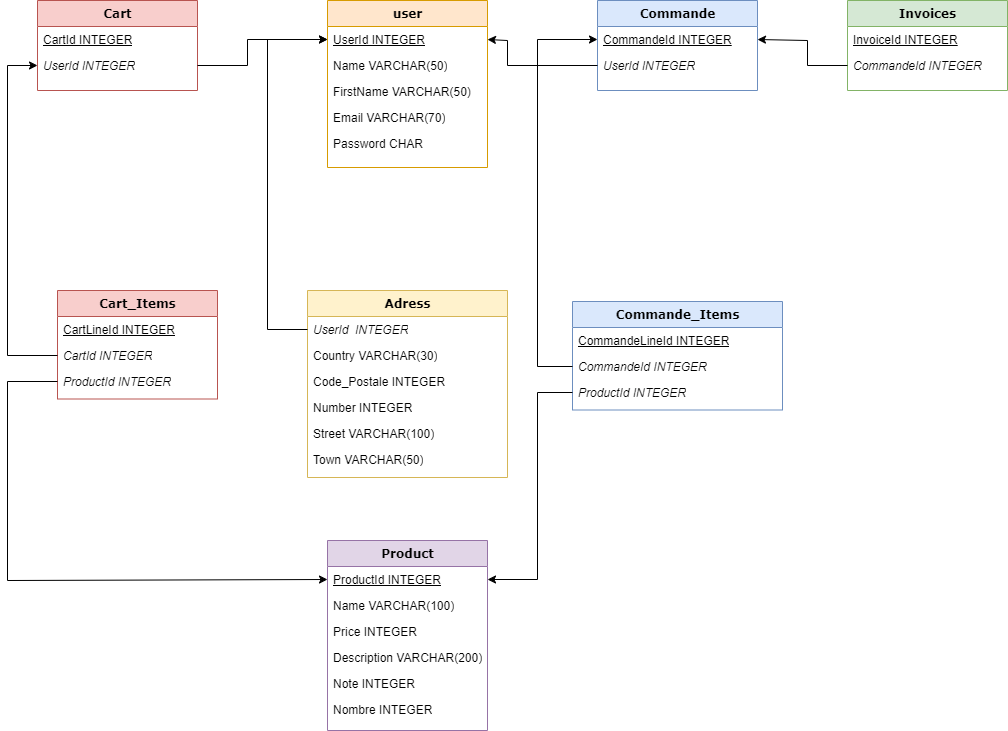
Above: MCD.drawio.png in Yann-Fournier/e-commerce-SQL (draw.io), before the change. Source tidied: cells renumbered, new cells last; positions are measured from the earlier drawing's top-left corner, leaving out a move shared by most shapes.
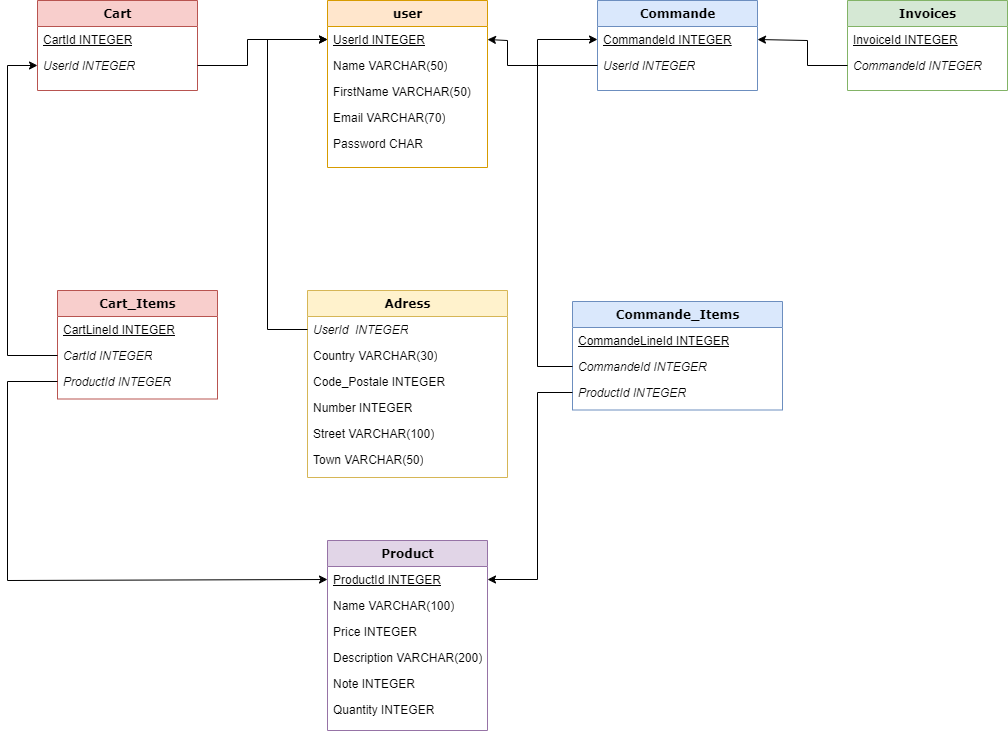
Later version of the same file.

Change to the diagram source:
```diff
@@ -86,7 +86,7 @@
     <mxCell id="29" value="Note INTEGER" style="text;html=1;strokeColor=none;fillColor=none;align=left;verticalAlign=top;spacingLeft=4;spacingRight=4;whiteSpace=wrap;overflow=hidden;" parent="24" vertex="1">
       <mxGeometry y="130" width="160" height="26" as="geometry" />
     </mxCell>
-    <mxCell id="30" value="Nombre INTEGER" style="text;html=1;strokeColor=none;fillColor=none;align=left;verticalAlign=top;spacingLeft=4;spacingRight=4;whiteSpace=wrap;overflow=hidden;" parent="24" vertex="1">
+    <mxCell id="30" value="Quantity INTEGER" style="text;html=1;strokeColor=none;fillColor=none;align=left;verticalAlign=top;spacingLeft=4;spacingRight=4;whiteSpace=wrap;overflow=hidden;" parent="24" vertex="1">
       <mxGeometry y="156" width="160" height="24" as="geometry" />
     </mxCell>
     <mxCell id="31" value="Cart_Items" style="swimlane;html=1;fontStyle=1;align=center;verticalAlign=top;horizontal=1;startSize=26;swimlaneFillColor=#ffffff;rounded=0;shadow=0;comic=0;labelBackgroundColor=none;strokeWidth=1;fillColor=#f8cecc;fontFamily=Verdana;fontSize=12;strokeColor=#b85450;" parent="1" vertex="1">
```
